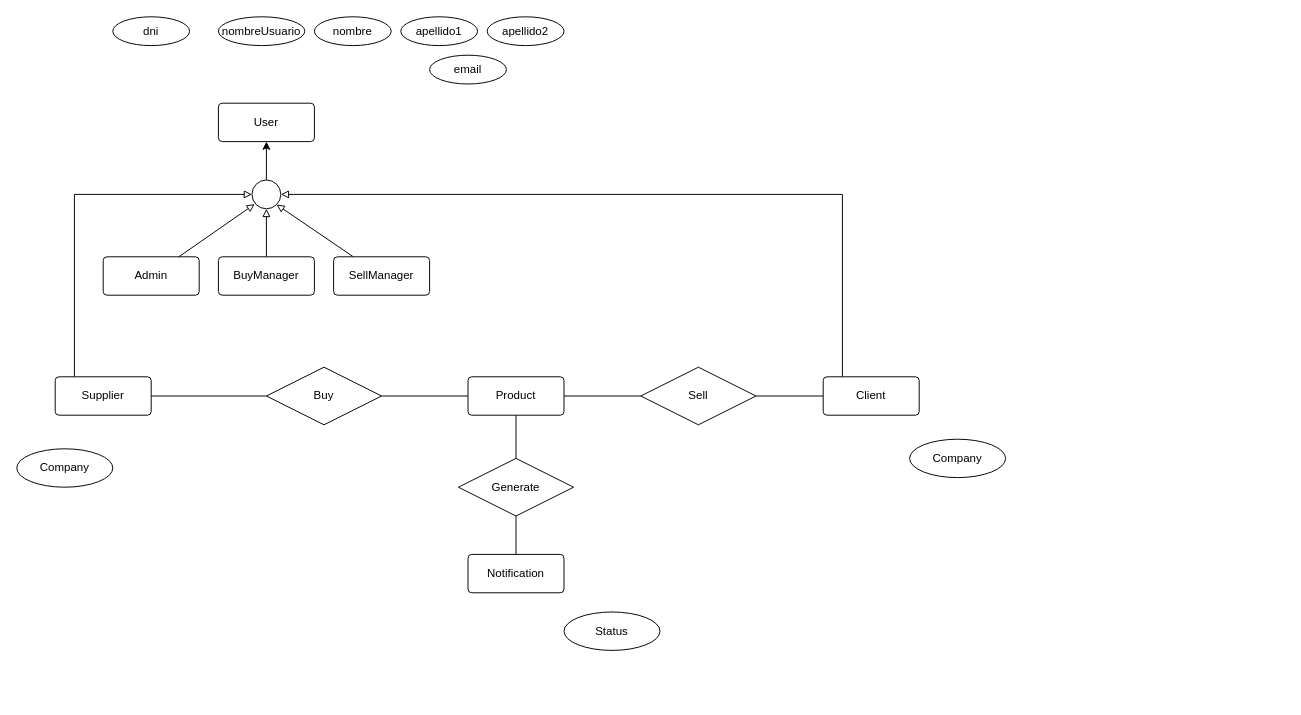
Before: db/ER model.drawio in josecamporivas/stock-manager, a draw.io diagram. Source tidied: cells renumbered, new cells numbered last; positions are measured from the earlier drawing's top-left corner, leaving out a move shared by most shapes. Both pictures are drawn from the tidied source at 96%, with x=0, y=0 at pixel (16, 16).
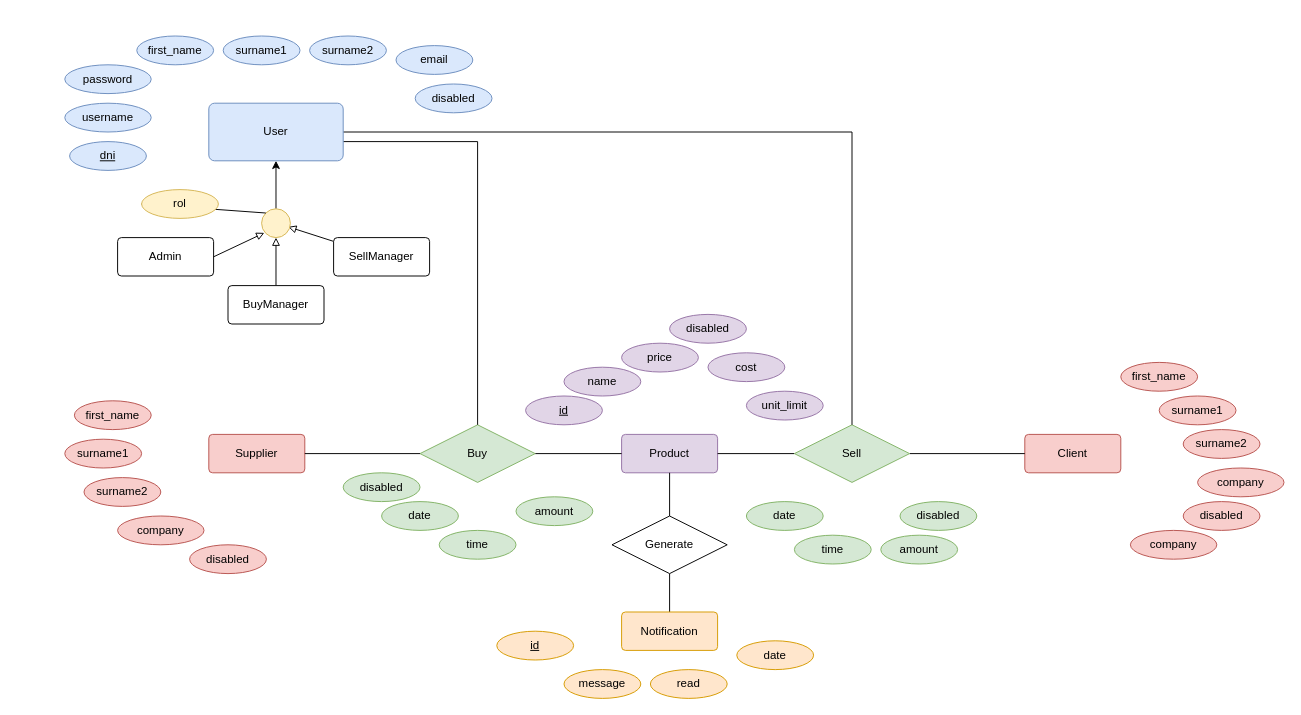
The same diagram, later.

Change to the diagram source:
```diff
@@
-    <mxCell id="2" value="Product" style="rounded=1;arcSize=10;whiteSpace=wrap;html=1;align=center;" parent="1" vertex="1">
-      <mxGeometry x="470" y="375" width="100" height="40" as="geometry" />
+    <mxCell id="2" value="Product" style="rounded=1;arcSize=10;whiteSpace=wrap;html=1;align=center;fillColor=#e1d5e7;strokeColor=#9673a6;" parent="1" vertex="1">
+      <mxGeometry x="630" y="435" width="100" height="40" as="geometry" />
     </mxCell>
-    <mxCell id="3" style="edgeStyle=orthogonalEdgeStyle;rounded=0;jettySize=auto;html=1;entryX=0;entryY=0.5;entryDx=0;entryDy=0;endArrow=block;endFill=0;" parent="1" edge="1" source="4" target="26">
-      <mxGeometry relative="1" as="geometry">
-        <Array as="points">
-          <mxPoint x="60" y="185" />
-        </Array>
-      </mxGeometry>
-    </mxCell>
-    <mxCell id="4" value="Supplier" style="rounded=1;arcSize=10;whiteSpace=wrap;html=1;align=center;" parent="1" vertex="1">
-      <mxGeometry x="40" y="375" width="100" height="40" as="geometry" />
+    <mxCell id="4" value="Supplier" style="rounded=1;arcSize=10;whiteSpace=wrap;html=1;align=center;fillColor=#f8cecc;strokeColor=#b85450;" parent="1" vertex="1">
+      <mxGeometry x="200" y="435" width="100" height="40" as="geometry" />
     </mxCell>
-    <mxCell id="5" style="edgeStyle=orthogonalEdgeStyle;rounded=0;jettySize=auto;html=1;entryX=1;entryY=0.5;entryDx=0;entryDy=0;endArrow=block;endFill=0;" parent="1" edge="1" source="6" target="26">
-      <mxGeometry relative="1" as="geometry">
-        <Array as="points">
-          <mxPoint x="860" y="185" />
-        </Array>
-      </mxGeometry>
-    </mxCell>
-    <mxCell id="6" value="Client" style="rounded=1;arcSize=10;whiteSpace=wrap;html=1;align=center;" parent="1" vertex="1">
-      <mxGeometry x="840" y="375" width="100" height="40" as="geometry" />
+    <mxCell id="6" value="Client" style="rounded=1;arcSize=10;whiteSpace=wrap;html=1;align=center;fillColor=#f8cecc;strokeColor=#b85450;" parent="1" vertex="1">
+      <mxGeometry x="1050" y="435" width="100" height="40" as="geometry" />
     </mxCell>
@@
-    <mxCell id="9" value="Buy" style="shape=rhombus;perimeter=rhombusPerimeter;whiteSpace=wrap;html=1;align=center;" parent="1" vertex="1">
-      <mxGeometry x="260" y="365" width="120" height="60" as="geometry" />
+    <mxCell id="9" value="Buy" style="shape=rhombus;perimeter=rhombusPerimeter;whiteSpace=wrap;html=1;align=center;fillColor=#d5e8d4;strokeColor=#82b366;" parent="1" vertex="1">
+      <mxGeometry x="420" y="425" width="120" height="60" as="geometry" />
     </mxCell>
@@
-    <mxCell id="12" value="Sell" style="shape=rhombus;perimeter=rhombusPerimeter;whiteSpace=wrap;html=1;align=center;" parent="1" vertex="1">
-      <mxGeometry x="650" y="365" width="120" height="60" as="geometry" />
+    <mxCell id="12" value="Sell" style="shape=rhombus;perimeter=rhombusPerimeter;whiteSpace=wrap;html=1;align=center;fillColor=#d5e8d4;strokeColor=#82b366;" parent="1" vertex="1">
+      <mxGeometry x="810" y="425" width="120" height="60" as="geometry" />
     </mxCell>
+    <mxCell id="35" style="edgeStyle=orthogonalEdgeStyle;rounded=0;jettySize=auto;html=1;entryX=0.5;entryY=0;entryDx=0;entryDy=0;endArrow=none;endFill=0;" parent="1" edge="1" source="13" target="9">
+      <mxGeometry relative="1" as="geometry">
+        <Array as="points">
+          <mxPoint x="480" y="130" />
+        </Array>
+      </mxGeometry>
+    </mxCell>
+    <mxCell id="36" style="edgeStyle=orthogonalEdgeStyle;rounded=0;jettySize=auto;html=1;entryX=0.5;entryY=0;entryDx=0;entryDy=0;endArrow=none;endFill=0;" parent="1" edge="1" source="13" target="12">
+      <mxGeometry relative="1" as="geometry" />
+    </mxCell>
-    <mxCell id="13" value="User" style="rounded=1;arcSize=10;whiteSpace=wrap;html=1;align=center;" parent="1" vertex="1">
-      <mxGeometry x="210" y="90" width="100" height="40" as="geometry" />
+    <mxCell id="13" value="User" style="rounded=1;arcSize=10;whiteSpace=wrap;html=1;align=center;fillColor=#dae8fc;strokeColor=#6c8ebf;" parent="1" vertex="1">
+      <mxGeometry x="200" y="90" width="140" height="60" as="geometry" />
     </mxCell>
     <mxCell id="14" value="Admin" style="rounded=1;arcSize=10;whiteSpace=wrap;html=1;align=center;" parent="1" vertex="1">
-      <mxGeometry x="90" y="250" width="100" height="40" as="geometry" />
+      <mxGeometry x="105" y="230" width="100" height="40" as="geometry" />
     </mxCell>
-    <mxCell id="15" style="edgeStyle=orthogonalEdgeStyle;rounded=0;jettySize=auto;html=1;entryX=0.5;entryY=1;entryDx=0;entryDy=0;endArrow=block;endFill=0;" parent="1" edge="1" source="16" target="26">
+    <mxCell id="15" style="rounded=0;jettySize=auto;html=1;entryX=0.5;entryY=1;entryDx=0;entryDy=0;endArrow=block;endFill=0;" parent="1" edge="1" source="16" target="26">
       <mxGeometry relative="1" as="geometry" />
     </mxCell>
     <mxCell id="16" value="BuyManager" style="rounded=1;arcSize=10;whiteSpace=wrap;html=1;align=center;" parent="1" vertex="1">
-      <mxGeometry x="210" y="250" width="100" height="40" as="geometry" />
+      <mxGeometry x="220" y="280" width="100" height="40" as="geometry" />
     </mxCell>
-    <mxCell id="17" style="rounded=0;jettySize=auto;html=1;entryX=1;entryY=1;entryDx=0;entryDy=0;endArrow=block;endFill=0;" parent="1" edge="1" source="18" target="26">
+    <mxCell id="17" style="rounded=0;jettySize=auto;html=1;entryX=0.927;entryY=0.626;entryDx=0;entryDy=0;endArrow=block;endFill=0;entryPerimeter=0;" parent="1" edge="1" source="18" target="26">
       <mxGeometry relative="1" as="geometry" />
     </mxCell>
     <mxCell id="18" value="SellManager" style="rounded=1;arcSize=10;whiteSpace=wrap;html=1;align=center;" parent="1" vertex="1">
-      <mxGeometry x="330" y="250" width="100" height="40" as="geometry" />
+      <mxGeometry x="330" y="230" width="100" height="40" as="geometry" />
     </mxCell>
-    <mxCell id="19" value="dni" style="ellipse;whiteSpace=wrap;html=1;align=center;" parent="1" vertex="1">
-      <mxGeometry x="100" width="80" height="30" as="geometry" />
+    <mxCell id="19" value="&lt;u&gt;dni&lt;/u&gt;" style="ellipse;whiteSpace=wrap;html=1;align=center;fillColor=#dae8fc;strokeColor=#6c8ebf;" parent="1" vertex="1">
+      <mxGeometry x="55" y="130" width="80" height="30" as="geometry" />
     </mxCell>
-    <mxCell id="20" value="nombreUsuario" style="ellipse;whiteSpace=wrap;html=1;align=center;" parent="1" vertex="1">
-      <mxGeometry x="210" width="90" height="30" as="geometry" />
+    <mxCell id="20" value="username" style="ellipse;whiteSpace=wrap;html=1;align=center;fillColor=#dae8fc;strokeColor=#6c8ebf;" parent="1" vertex="1">
+      <mxGeometry x="50" y="90" width="90" height="30" as="geometry" />
     </mxCell>
-    <mxCell id="21" value="nombre" style="ellipse;whiteSpace=wrap;html=1;align=center;" parent="1" vertex="1">
-      <mxGeometry x="310" width="80" height="30" as="geometry" />
+    <mxCell id="21" value="first_name" style="ellipse;whiteSpace=wrap;html=1;align=center;fillColor=#dae8fc;strokeColor=#6c8ebf;" parent="1" vertex="1">
+      <mxGeometry x="125" y="20" width="80" height="30" as="geometry" />
     </mxCell>
-    <mxCell id="22" value="apellido1" style="ellipse;whiteSpace=wrap;html=1;align=center;" parent="1" vertex="1">
-      <mxGeometry x="400" width="80" height="30" as="geometry" />
+    <mxCell id="22" value="surname1" style="ellipse;whiteSpace=wrap;html=1;align=center;fillColor=#dae8fc;strokeColor=#6c8ebf;" parent="1" vertex="1">
+      <mxGeometry x="215" y="20" width="80" height="30" as="geometry" />
     </mxCell>
-    <mxCell id="23" value="apellido2" style="ellipse;whiteSpace=wrap;html=1;align=center;" parent="1" vertex="1">
-      <mxGeometry x="490" width="80" height="30" as="geometry" />
+    <mxCell id="23" value="surname2" style="ellipse;whiteSpace=wrap;html=1;align=center;fillColor=#dae8fc;strokeColor=#6c8ebf;" parent="1" vertex="1">
+      <mxGeometry x="305" y="20" width="80" height="30" as="geometry" />
     </mxCell>
-    <mxCell id="24" value="email" style="ellipse;whiteSpace=wrap;html=1;align=center;" parent="1" vertex="1">
-      <mxGeometry x="430" y="40" width="80" height="30" as="geometry" />
+    <mxCell id="24" value="email" style="ellipse;whiteSpace=wrap;html=1;align=center;fillColor=#dae8fc;strokeColor=#6c8ebf;" parent="1" vertex="1">
+      <mxGeometry x="395" y="30" width="80" height="30" as="geometry" />
     </mxCell>
@@
-    <mxCell id="26" style="ellipse;whiteSpace=wrap;html=1;" parent="1" vertex="1">
-      <mxGeometry x="245" y="170" width="30" height="30" as="geometry" />
+    <mxCell id="26" style="ellipse;whiteSpace=wrap;html=1;fillColor=#fff2cc;strokeColor=#d6b656;" parent="1" vertex="1">
+      <mxGeometry x="255" y="200" width="30" height="30" as="geometry" />
     </mxCell>
-    <mxCell id="27" style="rounded=0;jettySize=auto;html=1;entryX=0.094;entryY=0.836;entryDx=0;entryDy=0;entryPerimeter=0;endArrow=block;endFill=0;" parent="1" edge="1" source="14" target="26">
+    <mxCell id="27" style="rounded=0;jettySize=auto;html=1;entryX=0.094;entryY=0.836;entryDx=0;entryDy=0;entryPerimeter=0;endArrow=block;endFill=0;exitX=1;exitY=0.5;exitDx=0;exitDy=0;" parent="1" edge="1" source="14" target="26">
       <mxGeometry relative="1" as="geometry" />
     </mxCell>
@@
-    <mxCell id="29" value="Notification" style="rounded=1;arcSize=10;whiteSpace=wrap;html=1;align=center;" parent="1" vertex="1">
-      <mxGeometry x="470" y="560" width="100" height="40" as="geometry" />
+    <mxCell id="29" value="Notification" style="rounded=1;arcSize=10;whiteSpace=wrap;html=1;align=center;fillColor=#ffe6cc;strokeColor=#d79b00;" parent="1" vertex="1">
+      <mxGeometry x="630" y="620" width="100" height="40" as="geometry" />
     </mxCell>
@@
     <mxCell id="31" value="Generate" style="shape=rhombus;perimeter=rhombusPerimeter;whiteSpace=wrap;html=1;align=center;" parent="1" vertex="1">
-      <mxGeometry x="460" y="460" width="120" height="60" as="geometry" />
+      <mxGeometry x="620" y="520" width="120" height="60" as="geometry" />
     </mxCell>
-    <mxCell id="32" value="Status" style="ellipse;whiteSpace=wrap;html=1;align=center;" parent="1" vertex="1">
-      <mxGeometry x="570" y="620" width="100" height="40" as="geometry" />
+    <mxCell id="32" value="read" style="ellipse;whiteSpace=wrap;html=1;align=center;fillColor=#ffe6cc;strokeColor=#d79b00;" parent="1" vertex="1">
+      <mxGeometry x="660" y="680" width="80" height="30" as="geometry" />
     </mxCell>
-    <mxCell id="33" value="Company" style="ellipse;whiteSpace=wrap;html=1;align=center;" parent="1" vertex="1">
-      <mxGeometry y="450" width="100" height="40" as="geometry" />
+    <mxCell id="33" value="company" style="ellipse;whiteSpace=wrap;html=1;align=center;fillColor=#f8cecc;strokeColor=#b85450;" parent="1" vertex="1">
+      <mxGeometry x="105" y="520" width="90" height="30" as="geometry" />
     </mxCell>
-    <mxCell id="34" value="Company" style="ellipse;whiteSpace=wrap;html=1;align=center;" parent="1" vertex="1">
-      <mxGeometry x="930" y="440" width="100" height="40" as="geometry" />
+    <mxCell id="34" value="company" style="ellipse;whiteSpace=wrap;html=1;align=center;fillColor=#f8cecc;strokeColor=#b85450;" parent="1" vertex="1">
+      <mxGeometry x="1160" y="535" width="90" height="30" as="geometry" />
     </mxCell>
+    <mxCell id="37" style="rounded=0;jettySize=auto;html=1;exitX=0;exitY=0.5;exitDx=0;exitDy=0;entryX=0;entryY=0;entryDx=0;entryDy=0;endArrow=none;endFill=0;" parent="1" edge="1" source="38" target="26">
+      <mxGeometry relative="1" as="geometry" />
+    </mxCell>
+    <mxCell id="38" value="rol" style="ellipse;whiteSpace=wrap;html=1;align=center;fillColor=#fff2cc;strokeColor=#d6b656;" parent="1" vertex="1">
+      <mxGeometry x="130" y="180" width="80" height="30" as="geometry" />
+    </mxCell>
+    <mxCell id="39" value="password" style="ellipse;whiteSpace=wrap;html=1;align=center;fillColor=#dae8fc;strokeColor=#6c8ebf;" parent="1" vertex="1">
+      <mxGeometry x="50" y="50" width="90" height="30" as="geometry" />
+    </mxCell>
+    <mxCell id="40" value="disabled" style="ellipse;whiteSpace=wrap;html=1;align=center;fillColor=#dae8fc;strokeColor=#6c8ebf;" parent="1" vertex="1">
+      <mxGeometry x="415" y="70" width="80" height="30" as="geometry" />
+    </mxCell>
+    <mxCell id="41" value="date" style="ellipse;whiteSpace=wrap;html=1;align=center;fillColor=#d5e8d4;strokeColor=#82b366;" parent="1" vertex="1">
+      <mxGeometry x="380" y="505" width="80" height="30" as="geometry" />
+    </mxCell>
+    <mxCell id="42" value="time" style="ellipse;whiteSpace=wrap;html=1;align=center;fillColor=#d5e8d4;strokeColor=#82b366;" parent="1" vertex="1">
+      <mxGeometry x="440" y="535" width="80" height="30" as="geometry" />
+    </mxCell>
+    <mxCell id="43" value="date" style="ellipse;whiteSpace=wrap;html=1;align=center;fillColor=#d5e8d4;strokeColor=#82b366;" parent="1" vertex="1">
+      <mxGeometry x="760" y="505" width="80" height="30" as="geometry" />
+    </mxCell>
+    <mxCell id="44" value="time" style="ellipse;whiteSpace=wrap;html=1;align=center;fillColor=#d5e8d4;strokeColor=#82b366;" parent="1" vertex="1">
+      <mxGeometry x="810" y="540" width="80" height="30" as="geometry" />
+    </mxCell>
+    <mxCell id="45" value="amount" style="ellipse;whiteSpace=wrap;html=1;align=center;fillColor=#d5e8d4;strokeColor=#82b366;" parent="1" vertex="1">
+      <mxGeometry x="520" y="500" width="80" height="30" as="geometry" />
+    </mxCell>
+    <mxCell id="46" value="amount" style="ellipse;whiteSpace=wrap;html=1;align=center;fillColor=#d5e8d4;strokeColor=#82b366;" parent="1" vertex="1">
+      <mxGeometry x="900" y="540" width="80" height="30" as="geometry" />
+    </mxCell>
+    <mxCell id="47" value="name" style="ellipse;whiteSpace=wrap;html=1;align=center;fillColor=#e1d5e7;strokeColor=#9673a6;" parent="1" vertex="1">
+      <mxGeometry x="570" y="365" width="80" height="30" as="geometry" />
+    </mxCell>
+    <mxCell id="48" value="&lt;u&gt;id&lt;/u&gt;" style="ellipse;whiteSpace=wrap;html=1;align=center;fillColor=#e1d5e7;strokeColor=#9673a6;" parent="1" vertex="1">
+      <mxGeometry x="530" y="395" width="80" height="30" as="geometry" />
+    </mxCell>
+    <mxCell id="49" value="price" style="ellipse;whiteSpace=wrap;html=1;align=center;fillColor=#e1d5e7;strokeColor=#9673a6;" parent="1" vertex="1">
+      <mxGeometry x="630" y="340" width="80" height="30" as="geometry" />
+    </mxCell>
+    <mxCell id="50" value="cost" style="ellipse;whiteSpace=wrap;html=1;align=center;fillColor=#e1d5e7;strokeColor=#9673a6;" parent="1" vertex="1">
+      <mxGeometry x="720" y="350" width="80" height="30" as="geometry" />
+    </mxCell>
+    <mxCell id="51" value="unit_limit" style="ellipse;whiteSpace=wrap;html=1;align=center;fillColor=#e1d5e7;strokeColor=#9673a6;" parent="1" vertex="1">
+      <mxGeometry x="760" y="390" width="80" height="30" as="geometry" />
+    </mxCell>
+    <mxCell id="52" value="first_name" style="ellipse;whiteSpace=wrap;html=1;align=center;fillColor=#f8cecc;strokeColor=#b85450;" parent="1" vertex="1">
+      <mxGeometry x="60" y="400" width="80" height="30" as="geometry" />
+    </mxCell>
+    <mxCell id="53" value="surname1" style="ellipse;whiteSpace=wrap;html=1;align=center;fillColor=#f8cecc;strokeColor=#b85450;" parent="1" vertex="1">
+      <mxGeometry x="50" y="440" width="80" height="30" as="geometry" />
+    </mxCell>
+    <mxCell id="54" value="surname2" style="ellipse;whiteSpace=wrap;html=1;align=center;fillColor=#f8cecc;strokeColor=#b85450;" parent="1" vertex="1">
+      <mxGeometry x="70" y="480" width="80" height="30" as="geometry" />
+    </mxCell>
+    <mxCell id="55" value="disabled" style="ellipse;whiteSpace=wrap;html=1;align=center;fillColor=#f8cecc;strokeColor=#b85450;" parent="1" vertex="1">
+      <mxGeometry x="180" y="550" width="80" height="30" as="geometry" />
+    </mxCell>
+    <mxCell id="56" value="disabled" style="ellipse;whiteSpace=wrap;html=1;align=center;fillColor=#d5e8d4;strokeColor=#82b366;" parent="1" vertex="1">
+      <mxGeometry x="340" y="475" width="80" height="30" as="geometry" />
+    </mxCell>
+    <mxCell id="57" value="disabled" style="ellipse;whiteSpace=wrap;html=1;align=center;fillColor=#e1d5e7;strokeColor=#9673a6;" parent="1" vertex="1">
+      <mxGeometry x="680" y="310" width="80" height="30" as="geometry" />
+    </mxCell>
+    <mxCell id="58" value="disabled" style="ellipse;whiteSpace=wrap;html=1;align=center;fillColor=#d5e8d4;strokeColor=#82b366;" parent="1" vertex="1">
+      <mxGeometry x="920" y="505" width="80" height="30" as="geometry" />
+    </mxCell>
+    <mxCell id="59" value="company" style="ellipse;whiteSpace=wrap;html=1;align=center;fillColor=#f8cecc;strokeColor=#b85450;" parent="1" vertex="1">
+      <mxGeometry x="1230" y="470" width="90" height="30" as="geometry" />
+    </mxCell>
+    <mxCell id="60" value="first_name" style="ellipse;whiteSpace=wrap;html=1;align=center;fillColor=#f8cecc;strokeColor=#b85450;" parent="1" vertex="1">
+      <mxGeometry x="1150" y="360" width="80" height="30" as="geometry" />
+    </mxCell>
+    <mxCell id="61" value="surname1" style="ellipse;whiteSpace=wrap;html=1;align=center;fillColor=#f8cecc;strokeColor=#b85450;" parent="1" vertex="1">
+      <mxGeometry x="1190" y="395" width="80" height="30" as="geometry" />
+    </mxCell>
+    <mxCell id="62" value="surname2" style="ellipse;whiteSpace=wrap;html=1;align=center;fillColor=#f8cecc;strokeColor=#b85450;" parent="1" vertex="1">
+      <mxGeometry x="1215" y="430" width="80" height="30" as="geometry" />
+    </mxCell>
+    <mxCell id="63" value="disabled" style="ellipse;whiteSpace=wrap;html=1;align=center;fillColor=#f8cecc;strokeColor=#b85450;" parent="1" vertex="1">
+      <mxGeometry x="1215" y="505" width="80" height="30" as="geometry" />
+    </mxCell>
+    <mxCell id="64" value="message" style="ellipse;whiteSpace=wrap;html=1;align=center;fillColor=#ffe6cc;strokeColor=#d79b00;" parent="1" vertex="1">
+      <mxGeometry x="570" y="680" width="80" height="30" as="geometry" />
+    </mxCell>
+    <mxCell id="65" value="&lt;u&gt;id&lt;/u&gt;" style="ellipse;whiteSpace=wrap;html=1;align=center;fillColor=#ffe6cc;strokeColor=#d79b00;" parent="1" vertex="1">
+      <mxGeometry x="500" y="640" width="80" height="30" as="geometry" />
+    </mxCell>
+    <mxCell id="66" value="date" style="ellipse;whiteSpace=wrap;html=1;align=center;fillColor=#ffe6cc;strokeColor=#d79b00;" parent="1" vertex="1">
+      <mxGeometry x="750" y="650" width="80" height="30" as="geometry" />
+    </mxCell>
```
